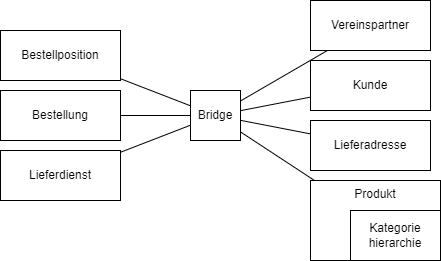
This is USS_abbildung/img/USS_for_willibald.drawio.png from mattywausb/Willibald-Data, a draw.io export, as it was before one commit. Source tidied: cells renumbered, new cells last; positions are measured from the earlier drawing's top-left corner, leaving out a move shared by most shapes.
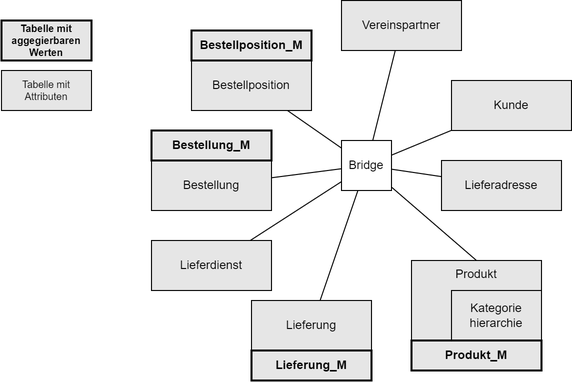
The same file after the commit.

Commit message:
Bestellung_m tabelle hinzugefügt

Diff of the diagram source:
```diff
@@ -11,44 +11,68 @@
     <mxCell id="4" style="edgeStyle=none;shape=connector;rounded=0;jettySize=auto;html=1;strokeColor=default;align=center;verticalAlign=middle;fontFamily=Helvetica;fontSize=11;fontColor=default;labelBackgroundColor=default;endArrow=none;endFill=0;" parent="1" edge="1" source="6" target="13">
       <mxGeometry relative="1" as="geometry" />
     </mxCell>
-    <mxCell id="5" style="edgeStyle=none;shape=connector;rounded=0;jettySize=auto;html=1;strokeColor=default;align=center;verticalAlign=middle;fontFamily=Helvetica;fontSize=11;fontColor=default;labelBackgroundColor=default;endArrow=none;endFill=0;" parent="1" edge="1" source="6" target="15">
+    <mxCell id="5" style="edgeStyle=none;shape=connector;rounded=0;jettySize=auto;html=1;strokeColor=default;align=center;verticalAlign=middle;fontFamily=Helvetica;fontSize=11;fontColor=default;labelBackgroundColor=default;endArrow=none;endFill=0;entryX=0.5;entryY=0;entryDx=0;entryDy=0;" parent="1" edge="1" source="6" target="15">
       <mxGeometry relative="1" as="geometry" />
     </mxCell>
     <mxCell id="6" value="Bridge" style="rounded=0;whiteSpace=wrap;html=1;" parent="1" vertex="1">
-      <mxGeometry x="190" y="90" width="50" height="50" as="geometry" />
+      <mxGeometry x="190" y="150" width="50" height="50" as="geometry" />
     </mxCell>
-    <mxCell id="7" style="rounded=0;jettySize=auto;html=1;endArrow=none;endFill=0;" parent="1" edge="1" source="8" target="6">
+    <mxCell id="7" style="rounded=0;jettySize=auto;html=1;endArrow=none;endFill=0;" parent="1" edge="1" source="20" target="6">
       <mxGeometry relative="1" as="geometry" />
     </mxCell>
-    <mxCell id="8" value="Bestellposition" style="rounded=0;whiteSpace=wrap;html=1;" parent="1" vertex="1">
-      <mxGeometry y="30" width="120" height="50" as="geometry" />
-    </mxCell>
     <mxCell id="9" style="edgeStyle=none;shape=connector;rounded=0;jettySize=auto;html=1;strokeColor=default;align=center;verticalAlign=middle;fontFamily=Helvetica;fontSize=11;fontColor=default;labelBackgroundColor=default;endArrow=none;endFill=0;" parent="1" edge="1" source="10" target="6">
       <mxGeometry relative="1" as="geometry" />
     </mxCell>
-    <mxCell id="10" value="Bestellung" style="rounded=0;whiteSpace=wrap;html=1;" parent="1" vertex="1">
-      <mxGeometry y="90" width="120" height="50" as="geometry" />
+    <mxCell id="10" value="Bestellung" style="rounded=0;whiteSpace=wrap;html=1;strokeColor=default;align=center;verticalAlign=middle;fontFamily=Helvetica;fontSize=12;fontColor=default;fillColor=#E6E6E6;" parent="1" vertex="1">
+      <mxGeometry y="170" width="120" height="50" as="geometry" />
     </mxCell>
     <mxCell id="11" style="edgeStyle=none;shape=connector;rounded=0;jettySize=auto;html=1;strokeColor=default;align=center;verticalAlign=middle;fontFamily=Helvetica;fontSize=11;fontColor=default;labelBackgroundColor=default;endArrow=none;endFill=0;" parent="1" edge="1" source="12" target="6">
       <mxGeometry relative="1" as="geometry" />
     </mxCell>
-    <mxCell id="12" value="Lieferdienst" style="rounded=0;whiteSpace=wrap;html=1;" parent="1" vertex="1">
-      <mxGeometry y="150" width="120" height="50" as="geometry" />
+    <mxCell id="12" value="Lieferdienst" style="rounded=0;whiteSpace=wrap;html=1;strokeColor=default;align=center;verticalAlign=middle;fontFamily=Helvetica;fontSize=12;fontColor=default;fillColor=#E6E6E6;" parent="1" vertex="1">
+      <mxGeometry y="250" width="120" height="50" as="geometry" />
     </mxCell>
-    <mxCell id="13" value="Lieferadresse" style="rounded=0;whiteSpace=wrap;html=1;" parent="1" vertex="1">
-      <mxGeometry x="310" y="120" width="120" height="50" as="geometry" />
+    <mxCell id="13" value="Lieferadresse" style="rounded=0;whiteSpace=wrap;html=1;strokeColor=default;align=center;verticalAlign=middle;fontFamily=Helvetica;fontSize=12;fontColor=default;fillColor=#E6E6E6;" parent="1" vertex="1">
+      <mxGeometry x="290" y="170" width="120" height="50" as="geometry" />
     </mxCell>
-    <mxCell id="14" value="Kunde" style="rounded=0;whiteSpace=wrap;html=1;" parent="1" vertex="1">
-      <mxGeometry x="310" y="60" width="120" height="50" as="geometry" />
+    <mxCell id="14" value="Kunde" style="rounded=0;whiteSpace=wrap;html=1;strokeColor=default;align=center;verticalAlign=middle;fontFamily=Helvetica;fontSize=12;fontColor=default;fillColor=#E6E6E6;" parent="1" vertex="1">
+      <mxGeometry x="300" y="90" width="120" height="50" as="geometry" />
     </mxCell>
-    <mxCell id="15" value="Produkt" style="rounded=0;whiteSpace=wrap;html=1;verticalAlign=top;" parent="1" vertex="1">
-      <mxGeometry x="310" y="180" width="130" height="80" as="geometry" />
+    <mxCell id="15" value="Produkt" style="rounded=0;whiteSpace=wrap;html=1;verticalAlign=top;strokeColor=default;align=center;fontFamily=Helvetica;fontSize=12;fontColor=default;fillColor=#E6E6E6;" parent="1" vertex="1">
+      <mxGeometry x="260" y="270" width="130" height="80" as="geometry" />
     </mxCell>
-    <mxCell id="16" value="Vereinspartner" style="rounded=0;whiteSpace=wrap;html=1;" parent="1" vertex="1">
-      <mxGeometry x="310" width="120" height="50" as="geometry" />
+    <mxCell id="16" value="Vereinspartner" style="rounded=0;whiteSpace=wrap;html=1;strokeColor=default;align=center;verticalAlign=middle;fontFamily=Helvetica;fontSize=12;fontColor=default;fillColor=#E6E6E6;" parent="1" vertex="1">
+      <mxGeometry x="190" y="10" width="120" height="50" as="geometry" />
     </mxCell>
-    <mxCell id="17" value="Kategorie&lt;div&gt;hierarchie&lt;/div&gt;" style="rounded=0;whiteSpace=wrap;html=1;" parent="1" vertex="1">
-      <mxGeometry x="350" y="210" width="90" height="50" as="geometry" />
+    <mxCell id="17" value="Kategorie&lt;div&gt;hierarchie&lt;/div&gt;" style="rounded=0;whiteSpace=wrap;html=1;strokeColor=default;align=center;verticalAlign=middle;fontFamily=Helvetica;fontSize=12;fontColor=default;fillColor=#E6E6E6;" parent="1" vertex="1">
+      <mxGeometry x="300" y="300" width="90" height="50" as="geometry" />
     </mxCell>
+    <mxCell id="18" value="Tabelle mit&lt;div style=&quot;font-size: 10px;&quot;&gt;aggegierbaren&lt;/div&gt;&lt;div style=&quot;font-size: 10px;&quot;&gt;Werten&lt;/div&gt;" style="rounded=0;whiteSpace=wrap;html=1;strokeColor=default;glass=0;shadow=0;strokeWidth=2;fontStyle=1;fillColor=#E6E6E6;fontSize=10;" parent="1" vertex="1">
+      <mxGeometry x="-150" y="30" width="90" height="40" as="geometry" />
+    </mxCell>
+    <mxCell id="19" value="Tabelle mit Attributen" style="rounded=0;whiteSpace=wrap;html=1;fillColor=#E6E6E6;fontSize=10;" parent="1" vertex="1">
+      <mxGeometry x="-150" y="80" width="90" height="40" as="geometry" />
+    </mxCell>
+    <mxCell id="20" value="&lt;div&gt;&lt;span style=&quot;background-color: initial;&quot;&gt;Bestellposition&lt;/span&gt;&lt;br&gt;&lt;/div&gt;" style="rounded=0;whiteSpace=wrap;html=1;strokeColor=default;align=center;verticalAlign=middle;fontFamily=Helvetica;fontSize=12;fontColor=default;fillColor=#E6E6E6;" parent="1" vertex="1">
+      <mxGeometry x="40" y="70" width="120" height="50" as="geometry" />
+    </mxCell>
+    <mxCell id="8" value="&lt;div&gt;&lt;span style=&quot;background-color: initial;&quot;&gt;Bestellposition_M&lt;/span&gt;&lt;br&gt;&lt;/div&gt;" style="rounded=0;whiteSpace=wrap;html=1;shadow=0;glass=0;strokeColor=default;strokeWidth=2;align=center;verticalAlign=middle;fontFamily=Helvetica;fontSize=12;fontColor=default;fontStyle=1;fillColor=#E6E6E6;" parent="1" vertex="1">
+      <mxGeometry x="40" y="40" width="120" height="30" as="geometry" />
+    </mxCell>
+    <mxCell id="21" value="Bestellung_M" style="rounded=0;whiteSpace=wrap;html=1;shadow=0;glass=0;strokeColor=default;strokeWidth=2;align=center;verticalAlign=middle;fontFamily=Helvetica;fontSize=12;fontColor=default;fontStyle=1;fillColor=#E6E6E6;" parent="1" vertex="1">
+      <mxGeometry y="140" width="120" height="30" as="geometry" />
+    </mxCell>
+    <mxCell id="22" value="Produkt_M" style="rounded=0;whiteSpace=wrap;html=1;verticalAlign=middle;strokeColor=default;align=center;fontFamily=Helvetica;fontSize=12;fontColor=default;fillColor=#E6E6E6;shadow=0;glass=0;strokeWidth=2;fontStyle=1;" parent="1" vertex="1">
+      <mxGeometry x="260" y="350" width="130" height="30" as="geometry" />
+    </mxCell>
+    <mxCell id="23" style="edgeStyle=none;shape=connector;rounded=0;jettySize=auto;html=1;strokeColor=default;align=center;verticalAlign=middle;fontFamily=Helvetica;fontSize=11;fontColor=default;labelBackgroundColor=default;endArrow=none;endFill=0;" parent="1" edge="1" source="24" target="6">
+      <mxGeometry relative="1" as="geometry" />
+    </mxCell>
+    <mxCell id="24" value="Lieferung" style="rounded=0;whiteSpace=wrap;html=1;strokeColor=default;align=center;verticalAlign=middle;fontFamily=Helvetica;fontSize=12;fontColor=default;fillColor=#E6E6E6;" parent="1" vertex="1">
+      <mxGeometry x="100" y="310" width="120" height="50" as="geometry" />
+    </mxCell>
+    <mxCell id="25" value="Lieferung_M" style="rounded=0;whiteSpace=wrap;html=1;strokeColor=default;align=center;verticalAlign=middle;fontFamily=Helvetica;fontSize=12;fontColor=default;fillColor=#E6E6E6;shadow=0;glass=0;strokeWidth=2;fontStyle=1;" parent="1" vertex="1">
+      <mxGeometry x="100" y="360" width="120" height="30" as="geometry" />
+    </mxCell>
   </root>
 </mxGraphModel>
```
